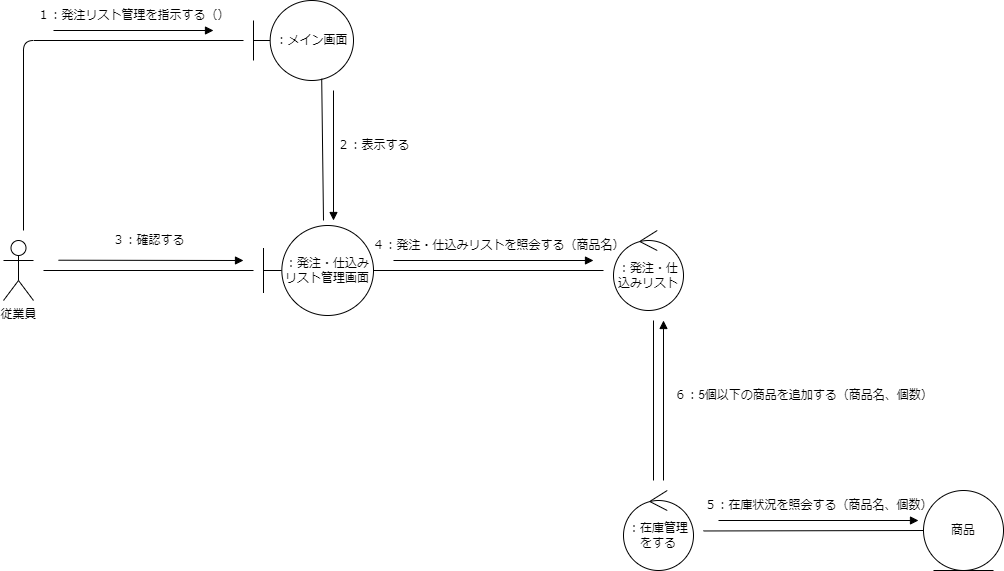
Above: psp4/コミュニケーション図/コミュニケーション図_発注・仕込みリスト.drawio.png in MasakiHiguchi/--- (draw.io), before the change. Source tidied: cells renumbered, new cells last; positions are measured from the earlier drawing's top-left corner, leaving out a move shared by most shapes.
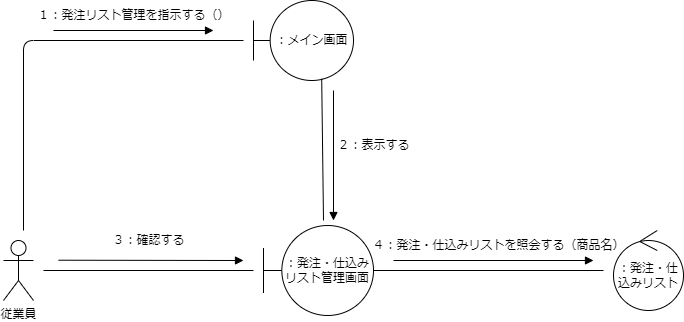
Above is the later version.

What changed in the source:
```diff
@@ -76,40 +76,5 @@
     <mxCell id="17" value="４：発注・仕込みリストを照会する（商品名）" style="text;html=1;align=center;verticalAlign=middle;strokeColor=none;fillColor=none;" parent="1" vertex="1">
       <mxGeometry x="355" y="230" width="280" height="30" as="geometry" />
     </mxCell>
-    <mxCell id="18" value="：在庫管理をする" style="ellipse;shape=umlControl;whiteSpace=wrap;html=1;" parent="1" vertex="1">
-      <mxGeometry x="620" y="490" width="70" height="80" as="geometry" />
-    </mxCell>
-    <mxCell id="19" style="edgeStyle=none;html=1;exitX=0;exitY=0.5;exitDx=0;exitDy=0;endArrow=none;endFill=0;" parent="1" edge="1" source="20">
-      <mxGeometry relative="1" as="geometry">
-        <mxPoint x="700" y="530.5" as="targetPoint" />
-      </mxGeometry>
-    </mxCell>
-    <mxCell id="20" value="商品" style="ellipse;shape=umlEntity;whiteSpace=wrap;html=1;" parent="1" vertex="1">
-      <mxGeometry x="920" y="490" width="80" height="80" as="geometry" />
-    </mxCell>
-    <mxCell id="21" value="５：在庫状況を照会する（商品名、個数）" style="text;html=1;align=center;verticalAlign=middle;strokeColor=none;fillColor=none;" parent="1" vertex="1">
-      <mxGeometry x="690" y="490" width="250" height="30" as="geometry" />
-    </mxCell>
-    <mxCell id="22" style="endArrow=block;html=1;endFill=1;" parent="1" edge="1">
-      <mxGeometry relative="1" as="geometry">
-        <mxPoint x="715" y="520" as="sourcePoint" />
-        <mxPoint x="915" y="520" as="targetPoint" />
-      </mxGeometry>
-    </mxCell>
-    <mxCell id="23" style="edgeStyle=none;html=1;endArrow=none;endFill=0;" parent="1" edge="1">
-      <mxGeometry relative="1" as="geometry">
-        <mxPoint x="650" y="480" as="sourcePoint" />
-        <mxPoint x="650" y="320" as="targetPoint" />
-      </mxGeometry>
-    </mxCell>
-    <mxCell id="24" style="endArrow=block;html=1;endFill=1;" parent="1" edge="1">
-      <mxGeometry relative="1" as="geometry">
-        <mxPoint x="660" y="480" as="sourcePoint" />
-        <mxPoint x="660" y="320" as="targetPoint" />
-      </mxGeometry>
-    </mxCell>
-    <mxCell id="25" value="６：5個以下の商品を追加する（商品名、個数）" style="text;html=1;align=center;verticalAlign=middle;strokeColor=none;fillColor=none;" parent="1" vertex="1">
-      <mxGeometry x="660" y="380" width="280" height="30" as="geometry" />
-    </mxCell>
   </root>
 </mxGraphModel>
```
